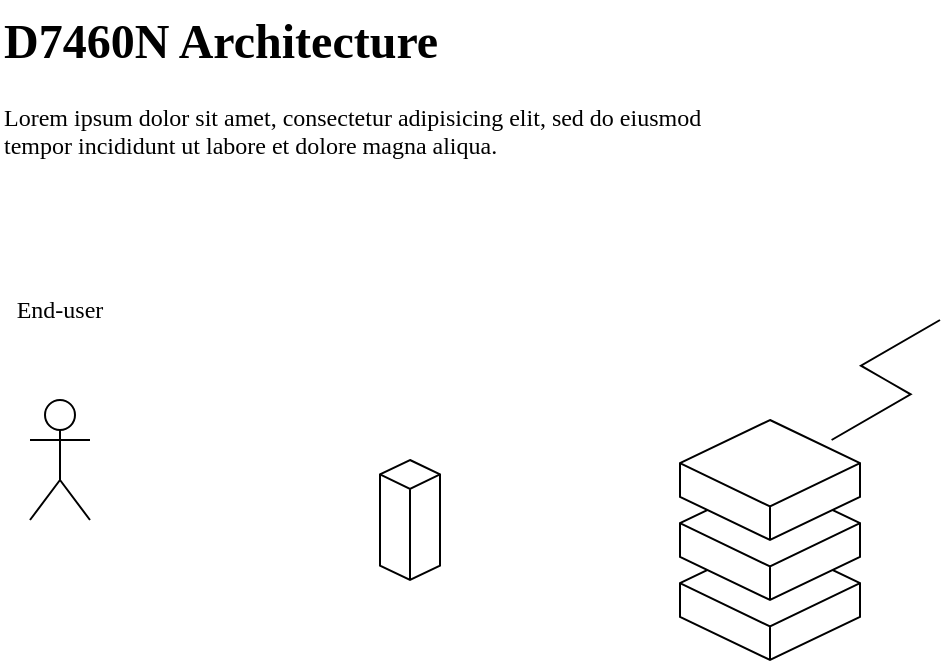
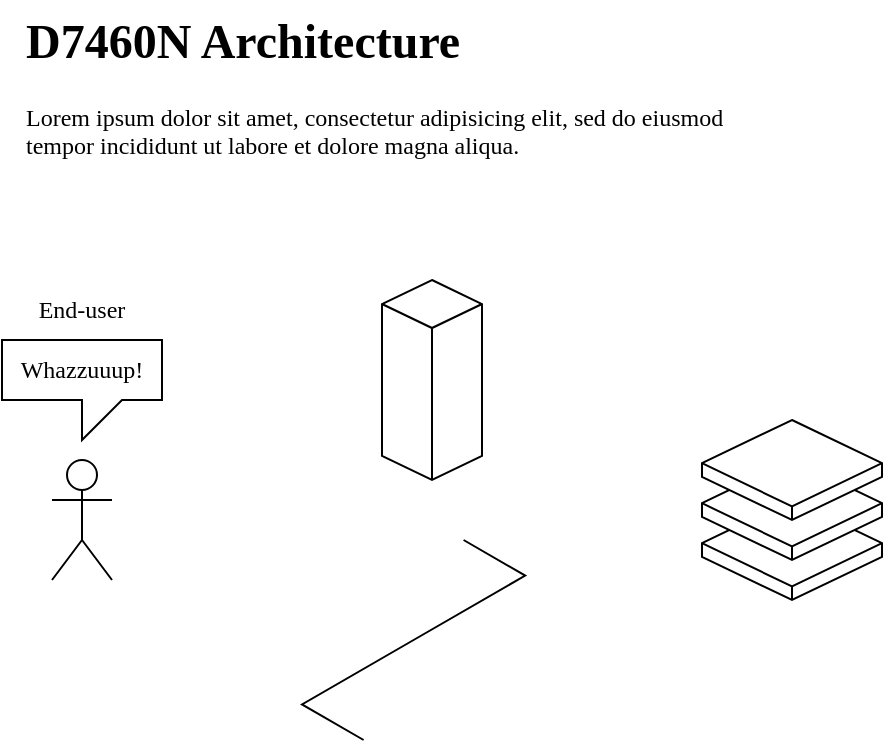
<mxfile host="app.diagrams.net">
  <diagram name="Page-1" id="1L3lwdz5k8RD5xpfTW7Q">
-     <mxGraphModel dx="1840" dy="1296" grid="1" gridSize="10" guides="1" tooltips="1" connect="1" arrows="1" fold="1" page="1" pageScale="1" pageWidth="850" pageHeight="1100" math="0" shadow="0">
+     <mxGraphModel dx="971" dy="611" grid="1" gridSize="10" guides="1" tooltips="1" connect="1" arrows="1" fold="1" page="1" pageScale="1" pageWidth="850" pageHeight="1100" math="0" shadow="0">
      <root>
        <mxCell id="0" />
        <mxCell id="1" parent="0" />
        <mxCell id="LfbMUPxPE-MoH8NiE-iL-1" parent="1" style="text;html=1;whiteSpace=wrap;overflow=hidden;rounded=0;fontFamily=Oxanium;fontSource=https%3A%2F%2Ffonts.googleapis.com%2Fcss%3Ffamily%3DOxanium;" value="&lt;h1 style=&quot;margin-top: 0px;&quot;&gt;D7460N Architecture&lt;/h1&gt;&lt;p&gt;Lorem ipsum dolor sit amet, consectetur adipisicing elit, sed do eiusmod tempor incididunt ut labore et dolore magna aliqua.&lt;/p&gt;" vertex="1">
          <mxGeometry height="120" width="360" x="40" y="40" as="geometry" />
        </mxCell>
        <mxCell id="LfbMUPxPE-MoH8NiE-iL-2" parent="1" style="shape=umlActor;verticalLabelPosition=bottom;verticalAlign=top;html=1;outlineConnect=0;fontFamily=Oxanium;fontSource=https%3A%2F%2Ffonts.googleapis.com%2Fcss%3Ffamily%3DOxanium;" value="" vertex="1">
-           <mxGeometry height="60" width="30" x="55" y="240" as="geometry" />
+           <mxGeometry height="60" width="30" x="55" y="270" as="geometry" />
        </mxCell>
        <mxCell id="LfbMUPxPE-MoH8NiE-iL-3" parent="1" style="text;html=1;whiteSpace=wrap;strokeColor=none;fillColor=none;align=center;verticalAlign=middle;rounded=0;fontFamily=Oxanium;fontSource=https%3A%2F%2Ffonts.googleapis.com%2Fcss%3Ffamily%3DOxanium;" value="End-user" vertex="1">
          <mxGeometry height="30" width="60" x="40" y="180" as="geometry" />
        </mxCell>
        <mxCell id="LfbMUPxPE-MoH8NiE-iL-7" parent="1" style="html=1;whiteSpace=wrap;shape=isoCube2;backgroundOutline=1;isoAngle=15;fontFamily=Oxanium;fontSource=https%3A%2F%2Ffonts.googleapis.com%2Fcss%3Ffamily%3DOxanium;" value="" vertex="1">
-           <mxGeometry height="60" width="90" x="380" y="310" as="geometry" />
+           <mxGeometry height="50" width="90" x="380" y="290" as="geometry" />
        </mxCell>
        <mxCell id="LfbMUPxPE-MoH8NiE-iL-8" parent="1" style="html=1;whiteSpace=wrap;shape=isoCube2;backgroundOutline=1;isoAngle=15;fontFamily=Oxanium;fontSource=https%3A%2F%2Ffonts.googleapis.com%2Fcss%3Ffamily%3DOxanium;" value="" vertex="1">
-           <mxGeometry height="60" width="90" x="380" y="280" as="geometry" />
+           <mxGeometry height="50" width="90" x="380" y="270" as="geometry" />
        </mxCell>
        <mxCell id="LfbMUPxPE-MoH8NiE-iL-9" parent="1" style="html=1;whiteSpace=wrap;shape=isoCube2;backgroundOutline=1;isoAngle=15;fontFamily=Oxanium;fontSource=https%3A%2F%2Ffonts.googleapis.com%2Fcss%3Ffamily%3DOxanium;" value="" vertex="1">
-           <mxGeometry height="60" width="90" x="380" y="250" as="geometry" />
+           <mxGeometry height="50" width="90" x="380" y="250" as="geometry" />
        </mxCell>
-         <mxCell id="LfbMUPxPE-MoH8NiE-iL-10" parent="1" style="html=1;whiteSpace=wrap;shape=isoCube2;backgroundOutline=1;isoAngle=15;fontFamily=Oxanium;fontSource=https%3A%2F%2Ffonts.googleapis.com%2Fcss%3Ffamily%3DOxanium;" value="" vertex="1">
-           <mxGeometry height="60" width="30" x="230" y="270" as="geometry" />
+         <mxCell id="vN-JYQFVEooeD03goyw9-2" parent="1" style="html=1;whiteSpace=wrap;shape=isoCube2;backgroundOutline=1;isoAngle=15;fontFamily=Oxanium;fontSource=https%3A%2F%2Ffonts.googleapis.com%2Fcss%3Ffamily%3DOxanium;" value="" vertex="1">
+           <mxGeometry height="100" width="50" x="220" y="180" as="geometry" />
        </mxCell>
-         <mxCell id="LfbMUPxPE-MoH8NiE-iL-27" edge="1" parent="1" style="edgeStyle=isometricEdgeStyle;endArrow=none;html=1;rounded=0;fontFamily=Oxanium;fontSource=https%3A%2F%2Ffonts.googleapis.com%2Fcss%3Ffamily%3DOxanium;" value="">
+         <mxCell id="vN-JYQFVEooeD03goyw9-3" edge="1" parent="1" style="edgeStyle=isometricEdgeStyle;endArrow=none;html=1;elbow=vertical;rounded=0;" value="">
          <mxGeometry height="100" relative="1" width="50" as="geometry">
-             <mxPoint x="455.8" y="260" as="sourcePoint" />
-             <mxPoint x="510" y="200" as="targetPoint" />
+             <mxPoint x="210.8" y="410" as="sourcePoint" />
+             <mxPoint x="260.8" y="310" as="targetPoint" />
          </mxGeometry>
+         </mxCell>
+         <mxCell id="vN-JYQFVEooeD03goyw9-4" parent="1" style="shape=callout;whiteSpace=wrap;html=1;perimeter=calloutPerimeter;position2=0.5;size=20;position=0.5;fontFamily=Oxanium;fontSource=https%3A%2F%2Ffonts.googleapis.com%2Fcss%3Ffamily%3DOxanium;autosizeText=1;fontSize=12;" value="Whazzuuup!" vertex="1">
+           <mxGeometry height="50" width="80" x="30" y="210" as="geometry" />
        </mxCell>
      </root>
    </mxGraphModel>
  </diagram>
</mxfile>
